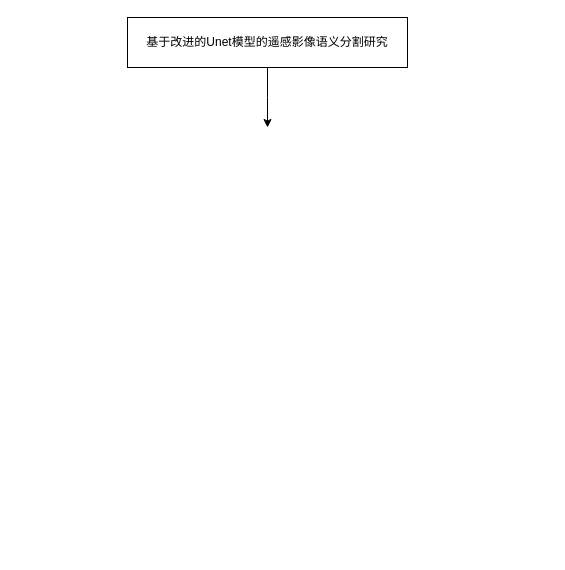
Earlier version of the draw.io diagram 流程图.drawio (postgraduate1/Unet). Source tidied: cells renumbered, new cells numbered last; positions are measured from the earlier drawing's top-left corner, leaving out a move shared by most shapes. Both pictures are drawn from the tidied source at 100%, with x=0, y=0 at pixel (127, 17).
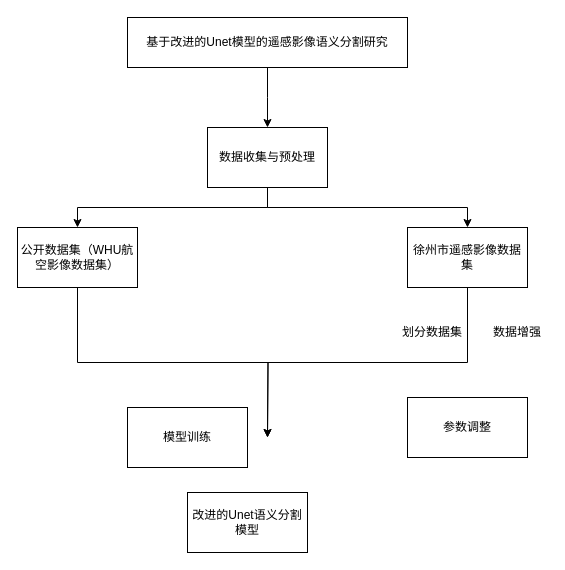
The same page after the edit.

Commit message:
更新流程图.drawio

Change to the diagram source:
```diff
@@
 <mxGraphModel>
   <root>
     <mxCell id="0" />
     <mxCell id="1" parent="0" />
     <mxCell id="2" style="edgeStyle=orthogonalEdgeStyle;rounded=0;jettySize=auto;html=1;exitX=0.5;exitY=1;exitDx=0;exitDy=0;" parent="1" edge="1" source="3">
       <mxGeometry relative="1" as="geometry">
         <mxPoint x="140" y="110" as="targetPoint" />
       </mxGeometry>
     </mxCell>
     <mxCell id="3" value="基于改进的Unet模型的遥感影像语义分割研究" style="rounded=0;whiteSpace=wrap;html=1;" parent="1" vertex="1">
       <mxGeometry width="280" height="50" as="geometry" />
     </mxCell>
+    <mxCell id="4" style="edgeStyle=orthogonalEdgeStyle;rounded=0;jettySize=auto;html=1;exitX=0.5;exitY=1;exitDx=0;exitDy=0;entryX=0.5;entryY=0;entryDx=0;entryDy=0;" parent="1" edge="1" source="6" target="8">
+      <mxGeometry relative="1" as="geometry" />
+    </mxCell>
+    <mxCell id="5" style="edgeStyle=orthogonalEdgeStyle;rounded=0;jettySize=auto;html=1;exitX=0.5;exitY=1;exitDx=0;exitDy=0;" parent="1" edge="1" source="6" target="10">
+      <mxGeometry relative="1" as="geometry" />
+    </mxCell>
+    <mxCell id="6" value="数据收集与预处理" style="rounded=0;whiteSpace=wrap;html=1;" parent="1" vertex="1">
+      <mxGeometry x="80" y="110" width="120" height="60" as="geometry" />
+    </mxCell>
+    <mxCell id="7" style="edgeStyle=orthogonalEdgeStyle;rounded=0;jettySize=auto;html=1;exitX=0.5;exitY=1;exitDx=0;exitDy=0;" parent="1" edge="1" source="8">
+      <mxGeometry relative="1" as="geometry">
+        <mxPoint x="140" y="420" as="targetPoint" />
+      </mxGeometry>
+    </mxCell>
+    <mxCell id="8" value="公开数据集（WHU航空影像数据集）" style="rounded=0;whiteSpace=wrap;html=1;" parent="1" vertex="1">
+      <mxGeometry x="-110" y="210" width="120" height="60" as="geometry" />
+    </mxCell>
+    <mxCell id="9" style="edgeStyle=orthogonalEdgeStyle;rounded=0;jettySize=auto;html=1;exitX=0.5;exitY=1;exitDx=0;exitDy=0;" parent="1" edge="1" source="10">
+      <mxGeometry relative="1" as="geometry">
+        <mxPoint x="140" y="420" as="targetPoint" />
+      </mxGeometry>
+    </mxCell>
+    <mxCell id="10" value="徐州市遥感影像数据集" style="rounded=0;whiteSpace=wrap;html=1;" parent="1" vertex="1">
+      <mxGeometry x="280" y="210" width="120" height="60" as="geometry" />
+    </mxCell>
+    <mxCell id="11" value="改进的Unet语义分割模型" style="rounded=0;whiteSpace=wrap;html=1;" parent="1" vertex="1">
+      <mxGeometry x="60" y="475" width="120" height="60" as="geometry" />
+    </mxCell>
+    <mxCell id="12" value="参数调整" style="rounded=0;whiteSpace=wrap;html=1;" parent="1" vertex="1">
+      <mxGeometry x="280" y="380" width="120" height="60" as="geometry" />
+    </mxCell>
+    <mxCell id="13" value="模型训练" style="rounded=0;whiteSpace=wrap;html=1;" parent="1" vertex="1">
+      <mxGeometry y="390" width="120" height="60" as="geometry" />
+    </mxCell>
+    <mxCell id="14" value="数据增强" style="text;html=1;strokeColor=none;fillColor=none;align=center;verticalAlign=middle;whiteSpace=wrap;rounded=0;" parent="1" vertex="1">
+      <mxGeometry x="360" y="300" width="60" height="30" as="geometry" />
+    </mxCell>
+    <mxCell id="15" value="&lt;br&gt;&lt;div&gt;划分数据集&lt;/div&gt;&lt;div&gt;&lt;br&gt;&lt;/div&gt;" style="text;html=1;strokeColor=none;fillColor=none;align=center;verticalAlign=middle;whiteSpace=wrap;rounded=0;" parent="1" vertex="1">
+      <mxGeometry x="270" y="300" width="70" height="30" as="geometry" />
+    </mxCell>
   </root>
 </mxGraphModel>
```
